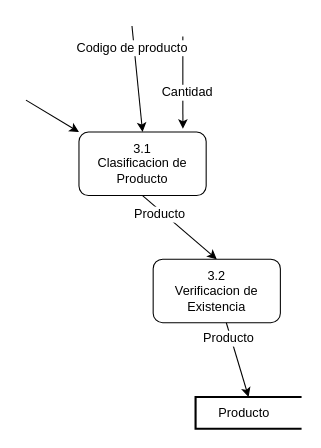
This is Proceso 3.drawio from Nizar4790k/Liverpool, a draw.io file, before an edit. Source tidied: cells renumbered, new cells numbered last; positions are measured from the earlier drawing's top-left corner, leaving out a move shared by most shapes. Both pictures are drawn from the tidied source at 106%, with x=0, y=0 at pixel (25, 25).
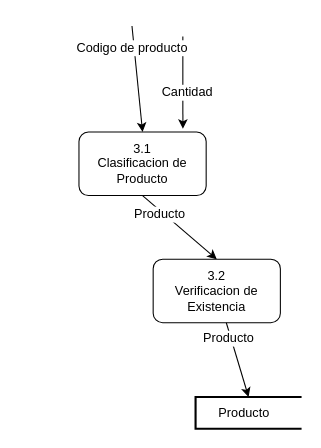
After the change.

Diff of the diagram source:
```diff
@@
 <mxGraphModel>
   <root>
     <mxCell id="0" />
     <mxCell id="1" parent="0" />
     <mxCell id="2" value="3.1&lt;br&gt;Clasificacion de Producto" style="rounded=1;whiteSpace=wrap;html=1;" parent="1" vertex="1">
       <mxGeometry x="50" y="100" width="120" height="60" as="geometry" />
     </mxCell>
     <mxCell id="3" style="endArrow=classic;html=1;entryX=0.817;entryY=-0.05;entryDx=0;entryDy=0;entryPerimeter=0;" parent="1" edge="1" target="2">
       <mxGeometry relative="1" as="geometry">
         <mxPoint x="148" y="10" as="sourcePoint" />
       </mxGeometry>
     </mxCell>
     <mxCell id="4" value="Cantidad" style="text;html=1;align=center;verticalAlign=middle;labelBackgroundColor=#ffffff;" parent="3" vertex="1">
       <mxGeometry x="0.22" y="3" relative="1" as="geometry" />
     </mxCell>
     <mxCell id="5" style="endArrow=classic;html=1;entryX=0.5;entryY=0;entryDx=0;entryDy=0;" parent="1" edge="1" target="2">
       <mxGeometry relative="1" as="geometry">
         <mxPoint x="100" as="sourcePoint" />
       </mxGeometry>
     </mxCell>
     <mxCell id="6" value="Codigo de producto" style="text;html=1;align=center;verticalAlign=middle;labelBackgroundColor=#ffffff;" parent="5" vertex="1">
       <mxGeometry x="0.5" relative="1" as="geometry">
         <mxPoint x="-7.5" y="-54.5" as="offset" />
       </mxGeometry>
     </mxCell>
     <mxCell id="7" style="endArrow=classic;html=1;exitX=0.5;exitY=1;exitDx=0;exitDy=0;" parent="1" edge="1" source="2">
       <mxGeometry relative="1" as="geometry">
         <mxPoint x="180" y="220" as="targetPoint" />
       </mxGeometry>
     </mxCell>
     <mxCell id="8" value="Producto" style="text;html=1;align=center;verticalAlign=middle;labelBackgroundColor=#ffffff;" parent="7" vertex="1">
       <mxGeometry x="-0.51" y="-3" relative="1" as="geometry" />
     </mxCell>
     <mxCell id="9" value="3.2&lt;br&gt;Verificacion de Existencia" style="rounded=1;whiteSpace=wrap;html=1;" parent="1" vertex="1">
       <mxGeometry x="120" y="220" width="120" height="60" as="geometry" />
     </mxCell>
     <mxCell id="10" style="endArrow=classic;html=1;" parent="1" edge="1" source="9">
       <mxGeometry relative="1" as="geometry">
         <mxPoint x="210" y="350" as="targetPoint" />
       </mxGeometry>
     </mxCell>
     <mxCell id="11" value="Producto" style="text;html=1;align=center;verticalAlign=middle;labelBackgroundColor=#ffffff;" parent="10" vertex="1">
       <mxGeometry x="-0.63" y="-3" relative="1" as="geometry" />
     </mxCell>
     <mxCell id="12" value="&amp;nbsp; &amp;nbsp; &amp;nbsp; Producto" style="strokeWidth=2;html=1;shape=mxgraph.flowchart.annotation_1;align=left;" parent="1" vertex="1">
       <mxGeometry x="160" y="350" width="100" height="30" as="geometry" />
     </mxCell>
-    <mxCell id="13" style="endArrow=classic;html=1;entryX=0;entryY=0;entryDx=0;entryDy=0;entryPerimeter=0;" parent="1" edge="1" target="2">
-      <mxGeometry relative="1" as="geometry">
-        <mxPoint y="70" as="sourcePoint" />
-      </mxGeometry>
-    </mxCell>
   </root>
 </mxGraphModel>
```
